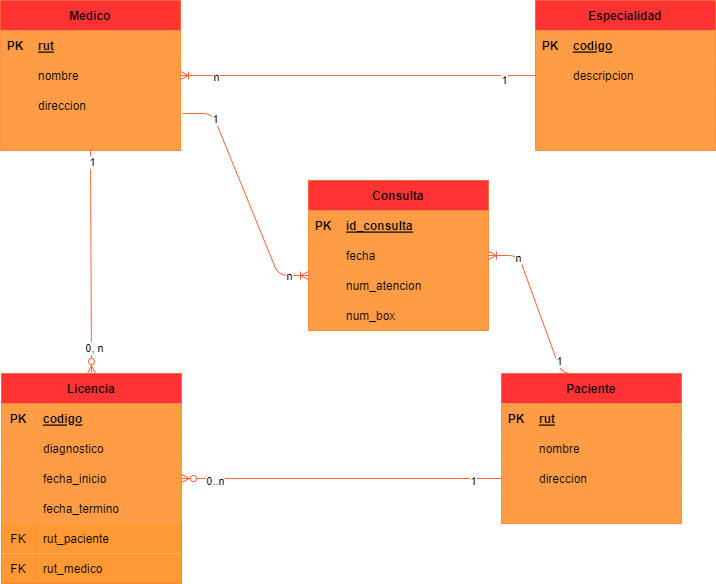
cfurrutia/base_datos keeps this draw.io diagram as dia12/desafio/desafio4.drawio.png. Above is the earlier version. Source tidied: cells renumbered, new cells last; positions are measured from the earlier drawing's top-left corner, leaving out a move shared by most shapes.
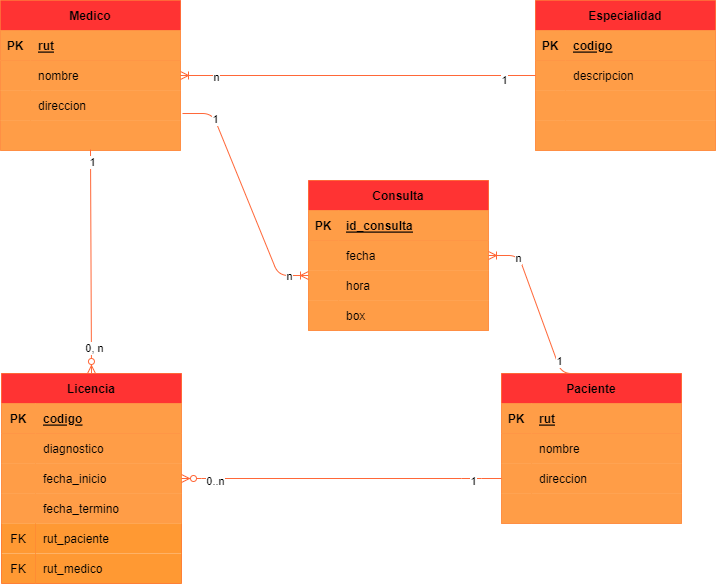
The same file after the commit.

The edit, as a diff of the source:
```diff
@@ -107,7 +107,7 @@
     <mxCell id="36" style="shape=partialRectangle;fillColor=#FF9D47;top=0;left=0;bottom=0;right=0;overflow=hidden;strokeColor=#FF6738;" parent="35" vertex="1">
       <mxGeometry width="30" height="30" as="geometry" />
     </mxCell>
-    <mxCell id="37" value="num_atencion" style="shape=partialRectangle;fillColor=#FF9D47;top=0;left=0;bottom=0;right=0;align=left;spacingLeft=6;overflow=hidden;strokeColor=#FF6738;" parent="35" vertex="1">
+    <mxCell id="37" value="hora" style="shape=partialRectangle;fillColor=#FF9D47;top=0;left=0;bottom=0;right=0;align=left;spacingLeft=6;overflow=hidden;strokeColor=#FF6738;" parent="35" vertex="1">
       <mxGeometry x="30" width="150" height="30" as="geometry" />
     </mxCell>
     <mxCell id="38" style="shape=tableRow;horizontal=0;startSize=0;swimlaneHead=0;swimlaneBody=0;fillColor=#FF9D47;top=0;left=0;right=0;bottom=0;strokeColor=#FF6738;" parent="28" vertex="1">
@@ -116,7 +116,7 @@
     <mxCell id="39" style="shape=partialRectangle;fillColor=#FF9D47;top=0;left=0;bottom=0;right=0;overflow=hidden;strokeColor=#FF6738;" parent="38" vertex="1">
       <mxGeometry width="30" height="30" as="geometry" />
     </mxCell>
-    <mxCell id="40" value="num_box" style="shape=partialRectangle;fillColor=#FF9D47;top=0;left=0;bottom=0;right=0;align=left;spacingLeft=6;overflow=hidden;strokeColor=#FF6738;" parent="38" vertex="1">
+    <mxCell id="40" value="box" style="shape=partialRectangle;fillColor=#FF9D47;top=0;left=0;bottom=0;right=0;align=left;spacingLeft=6;overflow=hidden;strokeColor=#FF6738;" parent="38" vertex="1">
       <mxGeometry x="30" width="150" height="30" as="geometry" />
     </mxCell>
     <mxCell id="41" value="Licencia" style="shape=table;startSize=30;rowLines=0;fontStyle=1;align=center;strokeColor=#FF6738;fillColor=#FF3333;" parent="1" vertex="1">
```
